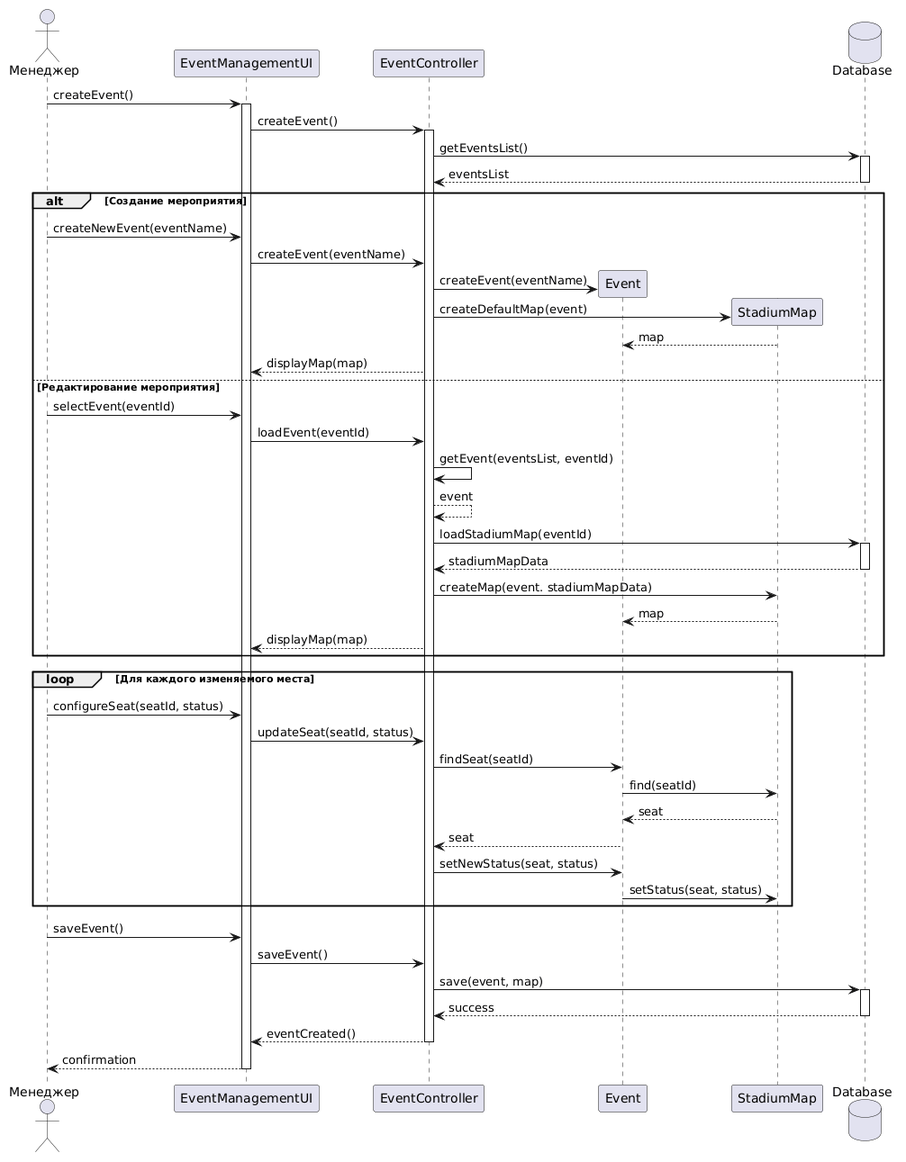
Earlier version of the PlantUML export source/diagram3.png (penamarth/bsbo-11-24_team5_var10_football).
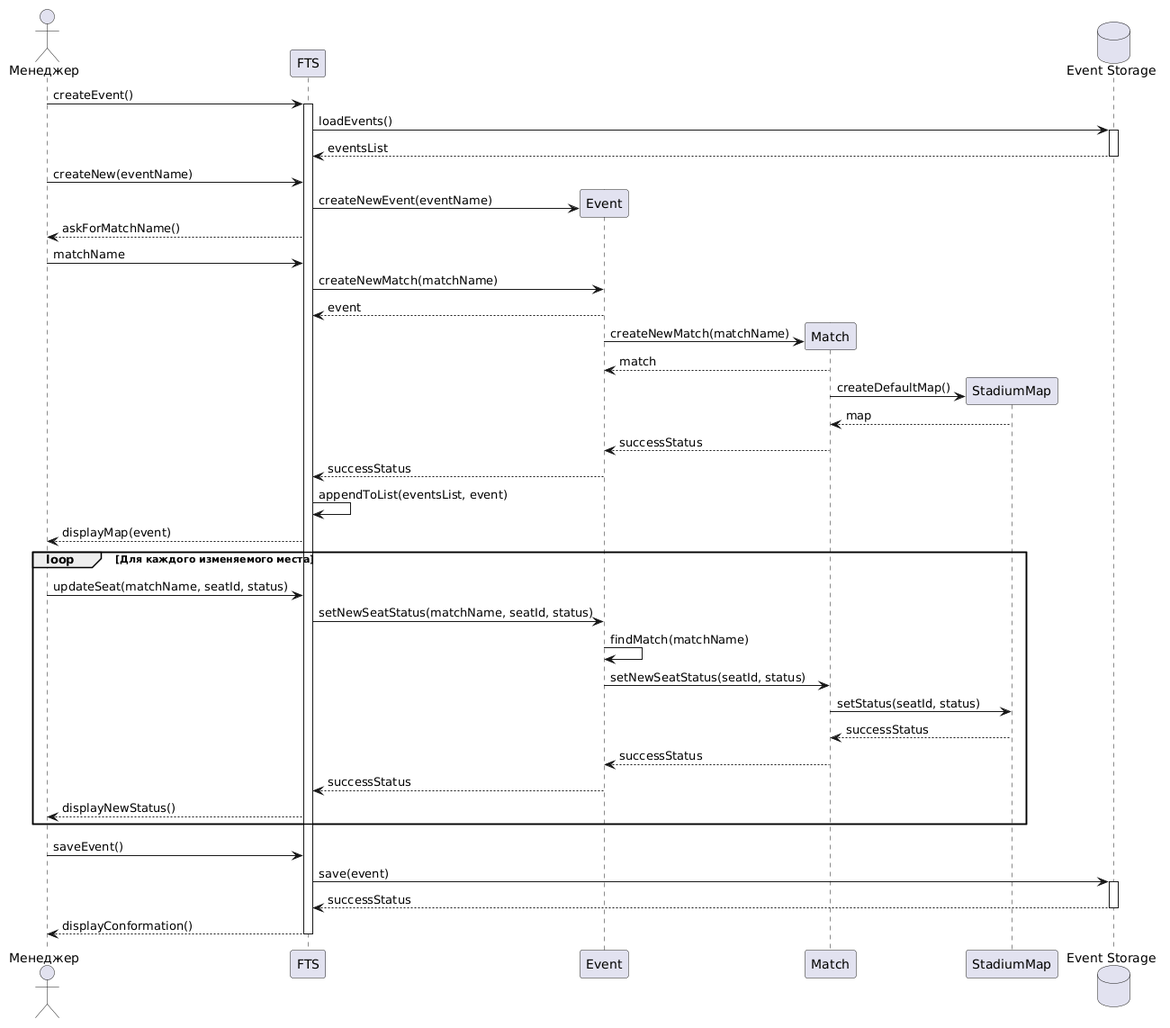
Above is the later version.

Diff of the diagram source:
```diff
@@ -1,67 +1,56 @@
 @startuml
 actor "Менеджер" as Manager
 
-participant "EventManagementUI" as UI
-participant "EventController" as Controller
+participant "FTS" as Controller
 participant "Event" as Event
+participant "Match" as Match
 participant "StadiumMap" as Map
-database "Database" as DB
+database "Event Storage" as DB
 
-Manager -> UI : createEvent()
-activate UI
-UI -> Controller : createEvent()
+Manager -> Controller : createEvent()
 activate Controller
 
-Controller -> DB : getEventsList()
+Controller -> DB: loadEvents()
 activate DB
 DB --> Controller : eventsList
 deactivate DB
 
-alt Создание мероприятия
-    Manager -> UI : createNewEvent(eventName)
-    UI -> Controller : createEvent(eventName)
-    create Event
-    Controller -> Event : createEvent(eventName)
-    create Map
-    Controller -> Map : createDefaultMap(event)
-    Map --> Event : map
-    Controller --> UI : displayMap(map)
 
-else Редактирование мероприятия
-    Manager -> UI : selectEvent(eventId)
-    UI -> Controller : loadEvent(eventId)
-    Controller -> Controller : getEvent(eventsList, eventId)
-    Controller --> Controller : event
-    Controller -> DB : loadStadiumMap(eventId)
-    activate DB
-    DB --> Controller : stadiumMapData
-    deactivate DB
-    Controller -> Map : createMap(event. stadiumMapData)
-    Map --> Event : map
-    Controller --> UI : displayMap(map)
+Manager -> Controller : createNew(eventName)
+create Event
+Controller -> Event : createNewEvent(eventName)
+Controller --> Manager : askForMatchName()
+Manager -> Controller: matchName
+Controller -> Event : createNewMatch(matchName)
+Event --> Controller : event
+create Match
+Event -> Match: createNewMatch(matchName)
+Match --> Event : match
+create Map
+Match -> Map : createDefaultMap()
+Map --> Match : map
+Match --> Event : successStatus
+Event --> Controller : successStatus
+Controller -> Controller : appendToList(eventsList, event)
+Controller --> Manager : displayMap(event)
 
-
+loop Для каждого изменяемого места
+    Manager -> Controller : updateSeat(matchName, seatId, status)
+    Controller -> Event : setNewSeatStatus(matchName, seatId, status)
+    Event -> Event : findMatch(matchName)
+    Event -> Match : setNewSeatStatus(seatId, status)
+    Match -> Map : setStatus(seatId, status)
+    Map --> Match : successStatus
+    Match --> Event : successStatus
+    Event --> Controller : successStatus
+    Controller --> Manager : displayNewStatus()
 end
 
-loop Для каждого изменяемого места
-    Manager -> UI : configureSeat(seatId, status)
-    UI -> Controller : updateSeat(seatId, status)
-    Controller -> Event : findSeat(seatId)
-    Event -> Map : find(seatId)
-    Map --> Event : seat
-    Event --> Controller : seat
-    Controller -> Event : setNewStatus(seat, status)
-    Event -> Map : setStatus(seat, status)
-end
-
-Manager -> UI : saveEvent()
-UI -> Controller : saveEvent()
-Controller -> DB : save(event, map)
+Manager -> Controller : saveEvent()
+Controller -> DB : save(event)
 activate DB
-DB --> Controller : success
+DB --> Controller : successStatus
 deactivate DB
-Controller --> UI : eventCreated()
+Controller --> Manager : displayConformation()
 deactivate Controller
-UI --> Manager : confirmation
-deactivate UI
 @enduml
```
